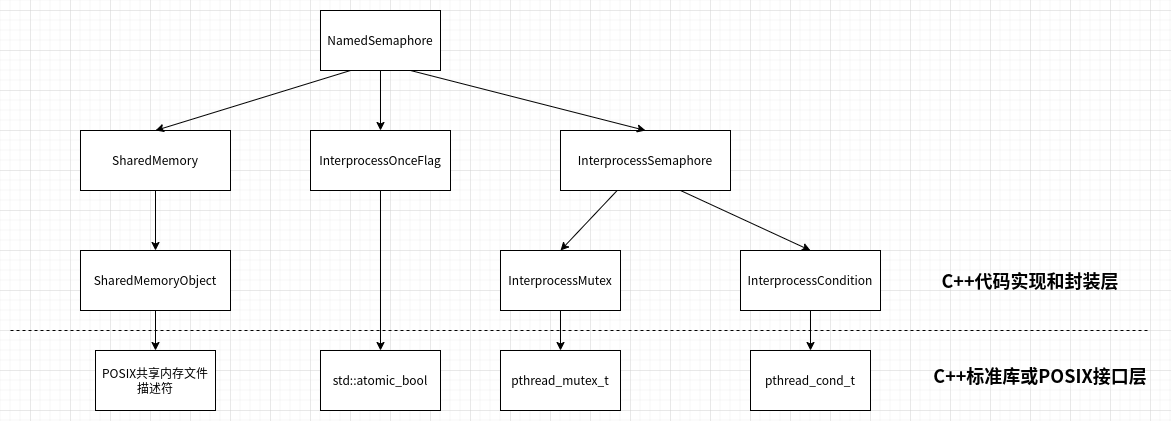
This is code/named_semaphore/blog/named_semaphore_class.png from hexu1985/Collection.Of.Cpp.Utility.Tools, a draw.io export, as it was before one commit. Source tidied: cells renumbered, new cells last; positions are measured from the earlier drawing's top-left corner, leaving out a move shared by most shapes.
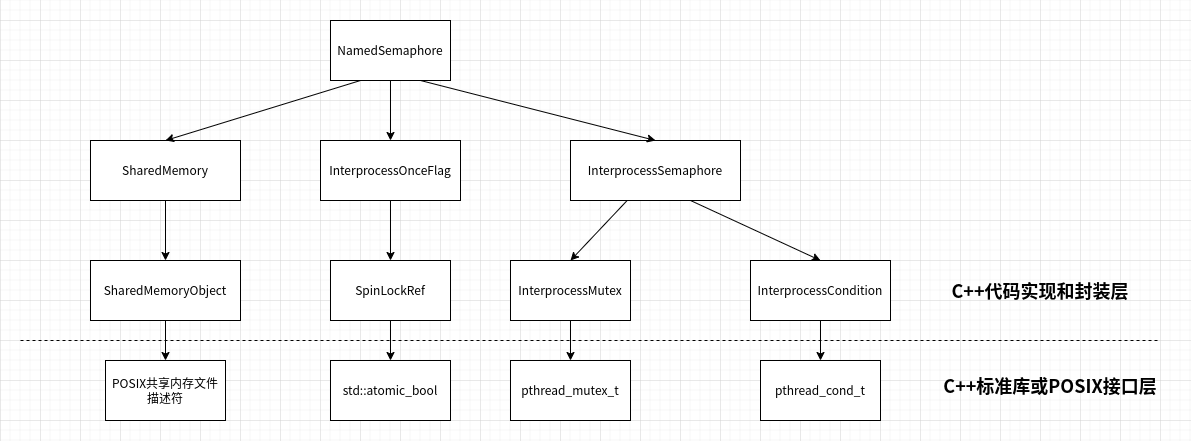
The same file after the commit.

Commit message:
update code/named_semaphore/blog

Diff of the diagram source:
```diff
@@ -32,9 +32,6 @@
     <mxCell id="11" value="std::atomic_bool" style="rounded=0;whiteSpace=wrap;html=1;" parent="1" vertex="1">
       <mxGeometry x="310" y="340" width="120" height="60" as="geometry" />
     </mxCell>
-    <mxCell id="12" style="endArrow=classic;html=1;rounded=0;entryX=0.5;entryY=0;entryDx=0;entryDy=0;exitX=0.5;exitY=1;exitDx=0;exitDy=0;" parent="1" edge="1" source="4" target="11">
-      <mxGeometry relative="1" as="geometry" />
-    </mxCell>
     <mxCell id="13" style="endArrow=classic;html=1;rounded=0;entryX=0.5;entryY=0;entryDx=0;entryDy=0;exitX=0.25;exitY=1;exitDx=0;exitDy=0;" parent="1" edge="1" source="2" target="3">
       <mxGeometry relative="1" as="geometry" />
     </mxCell>
@@ -79,5 +76,14 @@
     <mxCell id="25" value="&lt;b&gt;&lt;font style=&quot;font-size: 18px;&quot;&gt;C++代码实现和封装层&lt;/font&gt;&lt;/b&gt;" style="text;html=1;strokeColor=none;fillColor=none;align=center;verticalAlign=middle;whiteSpace=wrap;rounded=0;" parent="1" vertex="1">
       <mxGeometry x="900" y="245" width="240" height="50" as="geometry" />
     </mxCell>
+    <mxCell id="26" value="SpinLockRef" style="rounded=0;whiteSpace=wrap;html=1;" parent="1" vertex="1">
+      <mxGeometry x="310" y="240" width="120" height="60" as="geometry" />
+    </mxCell>
+    <mxCell id="27" style="endArrow=classic;html=1;rounded=0;entryX=0.5;entryY=0;entryDx=0;entryDy=0;exitX=0.5;exitY=1;exitDx=0;exitDy=0;" parent="1" edge="1" source="26" target="11">
+      <mxGeometry relative="1" as="geometry" />
+    </mxCell>
+    <mxCell id="28" style="endArrow=classic;html=1;rounded=0;exitX=0.5;exitY=1;exitDx=0;exitDy=0;entryX=0.5;entryY=0;entryDx=0;entryDy=0;" parent="1" edge="1" source="4" target="26">
+      <mxGeometry relative="1" as="geometry" />
+    </mxCell>
   </root>
 </mxGraphModel>
```
